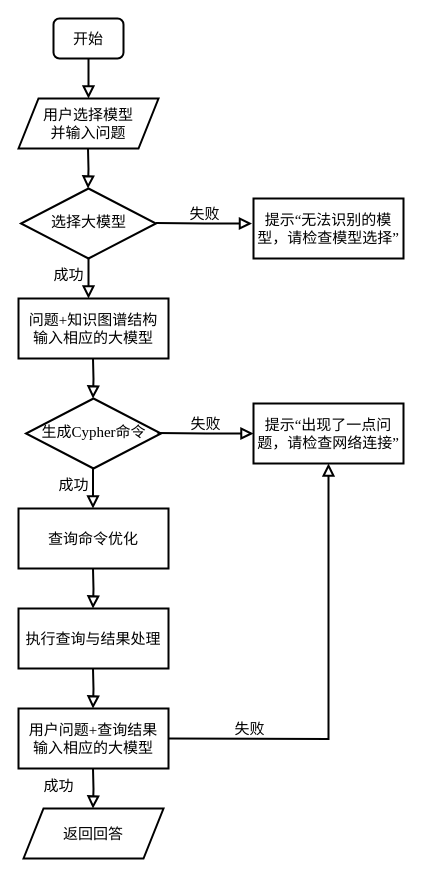
Above: 图5-1问答系统流程图.drawio in sjgcsf/software_engineering (draw.io), before the change. Source tidied: cells renumbered, new cells numbered last; positions are measured from the earlier drawing's top-left corner, leaving out a move shared by most shapes. Both pictures are drawn from the tidied source at 100%, with x=0, y=0 at pixel (18, 18).
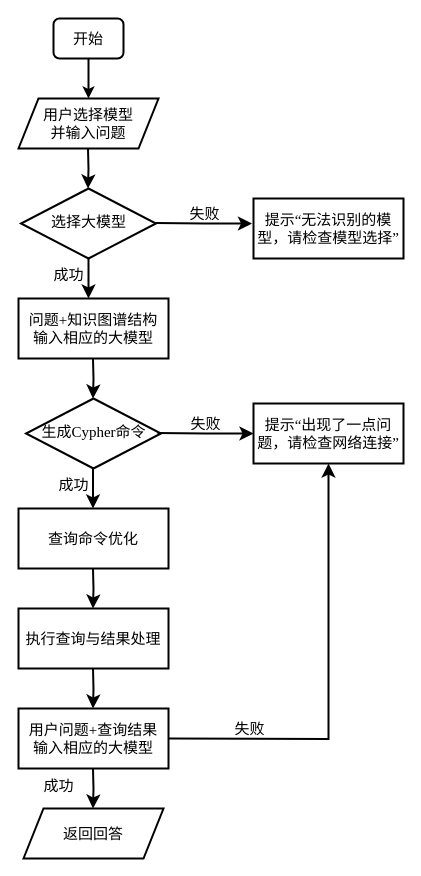
The same diagram, later.

Commit message:
更新图5-1问答系统流程图.drawio

The change refers to these unchanged cells:
```xml
<mxCell id="3" value="&lt;font style=&quot;font-size: 15px;&quot;&gt;开始&lt;/font&gt;" style="rounded=1;whiteSpace=wrap;html=1;fontSize=12;glass=0;strokeWidth=2;shadow=0;" parent="1" vertex="1">
  <mxGeometry x="35" width="70" height="40" as="geometry" />
</mxCell>
<mxCell id="4" value="&lt;font style=&quot;font-size: 15px;&quot; face=&quot;Times New Roman&quot;&gt;用户选择模型&lt;/font&gt;&lt;div&gt;&lt;font style=&quot;font-size: 15px;&quot; face=&quot;Times New Roman&quot;&gt;并输入&lt;/font&gt;&lt;span style=&quot;font-size: 15px; font-family: &amp;quot;Times New Roman&amp;quot;; background-color: initial;&quot;&gt;问题&lt;/span&gt;&lt;/div&gt;" style="shape=parallelogram;perimeter=parallelogramPerimeter;whiteSpace=wrap;html=1;fixedSize=1;strokeWidth=2;" parent="1" vertex="1">
  <mxGeometry y="80" width="140" height="50" as="geometry" />
</mxCell>
<mxCell id="10" value="&lt;div style=&quot;&quot;&gt;&lt;font face=&quot;Times New Roman&quot;&gt;&lt;span style=&quot;font-size: 15px;&quot;&gt;提示“出现了一点问题，请检查网络连接”&lt;/span&gt;&lt;/font&gt;&lt;br&gt;&lt;/div&gt;" style="rounded=0;whiteSpace=wrap;html=1;strokeColor=default;strokeWidth=2;align=center;verticalAlign=middle;fontFamily=Helvetica;fontSize=12;fontColor=default;fillColor=default;" parent="1" vertex="1">
  <mxGeometry x="235" y="385" width="150" height="60" as="geometry" />
</mxCell>
<mxCell id="11" value="&lt;span style=&quot;font-family: &amp;quot;Times New Roman&amp;quot;; font-size: 15px;&quot;&gt;选择大模型&lt;/span&gt;" style="rhombus;whiteSpace=wrap;html=1;shadow=0;fontFamily=Helvetica;fontSize=12;align=center;strokeWidth=2;spacing=6;spacingTop=-4;" parent="1" vertex="1">
  <mxGeometry x="2.5" y="170" width="135" height="70" as="geometry" />
</mxCell>
```

Change to the diagram source:
```diff
@@
-    <mxCell id="2" style="rounded=0;html=1;jettySize=auto;fontSize=11;endArrow=block;endFill=0;endSize=8;strokeWidth=2;shadow=0;labelBackgroundColor=none;edgeStyle=orthogonalEdgeStyle;entryX=0.5;entryY=0;entryDx=0;entryDy=0;" parent="1" edge="1" source="3" target="4">
+    <mxCell id="2" style="rounded=0;html=1;jettySize=auto;fontSize=11;endArrow=classic;endFill=1;strokeWidth=2;shadow=0;labelBackgroundColor=none;edgeStyle=orthogonalEdgeStyle;entryX=0.5;entryY=0;entryDx=0;entryDy=0;" parent="1" edge="1" source="3" target="4">
       <mxGeometry relative="1" as="geometry" />
     </mxCell>
@@
-    <mxCell id="6" style="rounded=0;html=1;jettySize=auto;orthogonalLoop=1;fontSize=11;endArrow=block;endFill=0;endSize=8;strokeWidth=2;shadow=0;labelBackgroundColor=none;edgeStyle=orthogonalEdgeStyle;entryX=0.5;entryY=0;entryDx=0;entryDy=0;" parent="1" edge="1">
+    <mxCell id="6" style="rounded=0;html=1;jettySize=auto;orthogonalLoop=1;fontSize=11;endArrow=classic;endFill=1;endSize=8;strokeWidth=2;shadow=0;labelBackgroundColor=none;edgeStyle=orthogonalEdgeStyle;entryX=0.5;entryY=0;entryDx=0;entryDy=0;strokeColor=default;align=center;verticalAlign=middle;fontFamily=Helvetica;fontColor=default;" parent="1" edge="1">
       <mxGeometry relative="1" as="geometry">
         <mxPoint x="69.5" y="130" as="sourcePoint" />
         <mxPoint x="69.5" y="170" as="targetPoint" />
       </mxGeometry>
     </mxCell>
@@
-    <mxCell id="8" style="rounded=0;html=1;jettySize=auto;orthogonalLoop=1;fontSize=11;endArrow=block;endFill=0;endSize=8;strokeWidth=2;shadow=0;labelBackgroundColor=none;edgeStyle=orthogonalEdgeStyle;entryX=0.5;entryY=0;entryDx=0;entryDy=0;" parent="1" edge="1">
+    <mxCell id="8" style="rounded=0;html=1;jettySize=auto;orthogonalLoop=1;fontSize=11;endArrow=classic;endFill=1;endSize=8;strokeWidth=2;shadow=0;labelBackgroundColor=none;edgeStyle=orthogonalEdgeStyle;entryX=0.5;entryY=0;entryDx=0;entryDy=0;strokeColor=default;align=center;verticalAlign=middle;fontFamily=Helvetica;fontColor=default;" parent="1" edge="1">
       <mxGeometry relative="1" as="geometry">
         <mxPoint x="74.5" y="340" as="sourcePoint" />
         <mxPoint x="74.5" y="380" as="targetPoint" />
       </mxGeometry>
     </mxCell>
-    <mxCell id="9" value="&lt;font face=&quot;Times New Roman&quot; style=&quot;font-size: 15px;&quot;&gt;失败&lt;/font&gt;" style="edgeStyle=orthogonalEdgeStyle;rounded=0;html=1;jettySize=auto;orthogonalLoop=1;fontSize=11;endArrow=block;endFill=0;endSize=8;strokeWidth=2;shadow=0;labelBackgroundColor=none;" parent="1" edge="1">
+    <mxCell id="9" value="&lt;font face=&quot;Times New Roman&quot; style=&quot;font-size: 15px;&quot;&gt;失败&lt;/font&gt;" style="edgeStyle=orthogonalEdgeStyle;rounded=0;html=1;jettySize=auto;orthogonalLoop=1;fontSize=11;endArrow=classic;endFill=1;endSize=8;strokeWidth=2;shadow=0;labelBackgroundColor=none;strokeColor=default;align=center;verticalAlign=middle;fontFamily=Helvetica;fontColor=default;" parent="1" edge="1">
       <mxGeometry y="10" relative="1" as="geometry">
         <mxPoint x="139" y="414.5" as="sourcePoint" />
         <mxPoint x="235" y="415" as="targetPoint" />
       </mxGeometry>
     </mxCell>
@@
-    <mxCell id="12" value="&lt;font face=&quot;Times New Roman&quot; style=&quot;font-size: 15px;&quot;&gt;失败&lt;/font&gt;" style="edgeStyle=orthogonalEdgeStyle;rounded=0;html=1;jettySize=auto;orthogonalLoop=1;fontSize=11;endArrow=block;endFill=0;endSize=8;strokeWidth=2;shadow=0;labelBackgroundColor=none;" parent="1" edge="1">
+    <mxCell id="12" value="&lt;font face=&quot;Times New Roman&quot; style=&quot;font-size: 15px;&quot;&gt;失败&lt;/font&gt;" style="edgeStyle=orthogonalEdgeStyle;rounded=0;html=1;jettySize=auto;orthogonalLoop=1;fontSize=11;endArrow=classic;endFill=1;endSize=8;strokeWidth=2;shadow=0;labelBackgroundColor=none;strokeColor=default;align=center;verticalAlign=middle;fontFamily=Helvetica;fontColor=default;" parent="1" edge="1">
       <mxGeometry y="10" relative="1" as="geometry">
         <mxPoint x="137.5" y="204.5" as="sourcePoint" />
         <mxPoint x="233.5" y="205" as="targetPoint" />
       </mxGeometry>
     </mxCell>
-    <mxCell id="13" value="&lt;font face=&quot;Times New Roman&quot; style=&quot;font-size: 15px;&quot;&gt;成功&lt;/font&gt;" style="edgeStyle=orthogonalEdgeStyle;rounded=0;html=1;jettySize=auto;fontSize=11;endArrow=block;endFill=0;endSize=8;strokeWidth=2;shadow=0;labelBackgroundColor=none;exitX=0.5;exitY=1;exitDx=0;exitDy=0;" parent="1" edge="1" source="11">
+    <mxCell id="13" value="&lt;font face=&quot;Times New Roman&quot; style=&quot;font-size: 15px;&quot;&gt;成功&lt;/font&gt;" style="edgeStyle=orthogonalEdgeStyle;rounded=0;html=1;jettySize=auto;fontSize=11;endArrow=classic;endFill=1;endSize=8;strokeWidth=2;shadow=0;labelBackgroundColor=none;exitX=0.5;exitY=1;exitDx=0;exitDy=0;strokeColor=default;align=center;verticalAlign=middle;fontFamily=Helvetica;fontColor=default;" parent="1" edge="1" source="11">
       <mxGeometry x="-0.2" y="-20" relative="1" as="geometry">
         <mxPoint x="70" y="280" as="targetPoint" />
         <Array as="points">
           <mxPoint x="70" y="265" />
           <mxPoint x="70" y="265" />
         </Array>
       </mxGeometry>
     </mxCell>
@@
-    <mxCell id="15" value="&lt;font face=&quot;Times New Roman&quot; style=&quot;font-size: 15px;&quot;&gt;成功&lt;/font&gt;" style="edgeStyle=orthogonalEdgeStyle;rounded=0;html=1;jettySize=auto;orthogonalLoop=1;fontSize=11;endArrow=block;endFill=0;endSize=8;strokeWidth=2;shadow=0;labelBackgroundColor=none;exitX=0.5;exitY=1;exitDx=0;exitDy=0;" parent="1" edge="1">
+    <mxCell id="15" value="&lt;font face=&quot;Times New Roman&quot; style=&quot;font-size: 15px;&quot;&gt;成功&lt;/font&gt;" style="edgeStyle=orthogonalEdgeStyle;rounded=0;html=1;jettySize=auto;orthogonalLoop=1;fontSize=11;endArrow=classic;endFill=1;endSize=8;strokeWidth=2;shadow=0;labelBackgroundColor=none;exitX=0.5;exitY=1;exitDx=0;exitDy=0;strokeColor=default;align=center;verticalAlign=middle;fontFamily=Helvetica;fontColor=default;" parent="1" edge="1">
       <mxGeometry x="-0.2" y="-20" relative="1" as="geometry">
         <mxPoint x="74.5" y="450" as="sourcePoint" />
         <mxPoint x="74.5" y="490" as="targetPoint" />
         <Array as="points">
           <mxPoint x="74.5" y="475" />
           <mxPoint x="74.5" y="475" />
         </Array>
       </mxGeometry>
     </mxCell>
@@
-    <mxCell id="18" style="rounded=0;html=1;jettySize=auto;orthogonalLoop=1;fontSize=11;endArrow=block;endFill=0;endSize=8;strokeWidth=2;shadow=0;labelBackgroundColor=none;edgeStyle=orthogonalEdgeStyle;entryX=0.5;entryY=0;entryDx=0;entryDy=0;" parent="1" edge="1">
+    <mxCell id="18" style="rounded=0;html=1;jettySize=auto;orthogonalLoop=1;fontSize=11;endArrow=classic;endFill=1;endSize=8;strokeWidth=2;shadow=0;labelBackgroundColor=none;edgeStyle=orthogonalEdgeStyle;entryX=0.5;entryY=0;entryDx=0;entryDy=0;strokeColor=default;align=center;verticalAlign=middle;fontFamily=Helvetica;fontColor=default;" parent="1" edge="1">
       <mxGeometry relative="1" as="geometry">
         <mxPoint x="74.5" y="550" as="sourcePoint" />
         <mxPoint x="74.5" y="590" as="targetPoint" />
       </mxGeometry>
     </mxCell>
@@
-    <mxCell id="20" style="rounded=0;html=1;jettySize=auto;orthogonalLoop=1;fontSize=11;endArrow=block;endFill=0;endSize=8;strokeWidth=2;shadow=0;labelBackgroundColor=none;edgeStyle=orthogonalEdgeStyle;entryX=0.5;entryY=0;entryDx=0;entryDy=0;" parent="1" edge="1">
+    <mxCell id="20" style="rounded=0;html=1;jettySize=auto;orthogonalLoop=1;fontSize=11;endArrow=classic;endFill=1;endSize=8;strokeWidth=2;shadow=0;labelBackgroundColor=none;edgeStyle=orthogonalEdgeStyle;entryX=0.5;entryY=0;entryDx=0;entryDy=0;strokeColor=default;align=center;verticalAlign=middle;fontFamily=Helvetica;fontColor=default;" parent="1" edge="1">
       <mxGeometry relative="1" as="geometry">
         <mxPoint x="74.5" y="650" as="sourcePoint" />
         <mxPoint x="74.5" y="690" as="targetPoint" />
       </mxGeometry>
     </mxCell>
-    <mxCell id="21" style="rounded=0;html=1;jettySize=auto;orthogonalLoop=1;fontSize=11;endArrow=block;endFill=0;endSize=8;strokeWidth=2;shadow=0;labelBackgroundColor=none;edgeStyle=orthogonalEdgeStyle;entryX=0.5;entryY=0;entryDx=0;entryDy=0;" parent="1" edge="1">
+    <mxCell id="21" style="rounded=0;html=1;jettySize=auto;orthogonalLoop=1;fontSize=11;endArrow=classic;endFill=1;endSize=8;strokeWidth=2;shadow=0;labelBackgroundColor=none;edgeStyle=orthogonalEdgeStyle;entryX=0.5;entryY=0;entryDx=0;entryDy=0;strokeColor=default;align=center;verticalAlign=middle;fontFamily=Helvetica;fontColor=default;" parent="1" edge="1">
       <mxGeometry relative="1" as="geometry">
         <mxPoint x="74.5" y="750" as="sourcePoint" />
         <mxPoint x="74.5" y="790" as="targetPoint" />
       </mxGeometry>
     </mxCell>
-    <mxCell id="22" value="&lt;font style=&quot;font-size: 15px;&quot; face=&quot;Times New Roman&quot;&gt;成功&lt;/font&gt;" style="edgeLabel;html=1;align=center;verticalAlign=middle;" parent="21" vertex="1">
+    <mxCell id="22" value="&lt;font style=&quot;font-size: 15px;&quot; face=&quot;Times New Roman&quot;&gt;成功&lt;/font&gt;" style="edgeLabel;html=1;align=center;verticalAlign=middle;rounded=0;shadow=0;strokeColor=default;strokeWidth=2;fontFamily=Helvetica;fontSize=11;fontColor=default;labelBackgroundColor=none;" parent="21" vertex="1">
       <mxGeometry x="-0.19" relative="1" as="geometry">
         <mxPoint x="-35" as="offset" />
       </mxGeometry>
     </mxCell>
@@
-    <mxCell id="24" value="&lt;font face=&quot;Times New Roman&quot; style=&quot;font-size: 15px;&quot;&gt;失败&lt;/font&gt;" style="edgeStyle=orthogonalEdgeStyle;rounded=0;html=1;jettySize=auto;fontSize=11;endArrow=block;endFill=0;endSize=8;strokeWidth=2;shadow=0;labelBackgroundColor=none;entryX=0.5;entryY=1;entryDx=0;entryDy=0;" parent="1" edge="1" target="10">
+    <mxCell id="24" value="&lt;font face=&quot;Times New Roman&quot; style=&quot;font-size: 15px;&quot;&gt;失败&lt;/font&gt;" style="edgeStyle=orthogonalEdgeStyle;rounded=0;html=1;jettySize=auto;fontSize=11;endArrow=classic;endFill=1;endSize=8;strokeWidth=2;shadow=0;labelBackgroundColor=none;entryX=0.5;entryY=1;entryDx=0;entryDy=0;strokeColor=default;align=center;verticalAlign=middle;fontFamily=Helvetica;fontColor=default;" parent="1" edge="1" target="10">
       <mxGeometry x="-0.63" y="10" relative="1" as="geometry">
         <mxPoint x="150" y="720" as="sourcePoint" />
       </mxGeometry>
     </mxCell>
```
